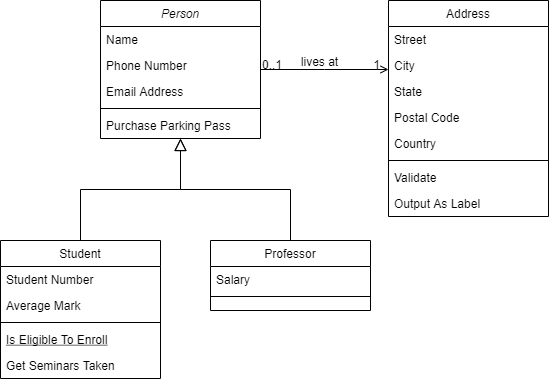
chartw/Decision keeps this draw.io diagram as Diagram.png. Above is the earlier version. Source tidied: cells renumbered, new cells last; positions are measured from the earlier drawing's top-left corner, leaving out a move shared by most shapes. Its diagram source:
```xml
<mxGraphModel>
  <root>
    <mxCell id="0" />
    <mxCell id="1" parent="0" />
    <mxCell id="2" value="Person" style="swimlane;fontStyle=2;align=center;verticalAlign=top;horizontal=1;startSize=26;rounded=0;shadow=0;strokeWidth=1;" parent="1" vertex="1">
      <mxGeometry x="100" width="160" height="138" as="geometry" />
    </mxCell>
    <mxCell id="3" value="Name" style="text;align=left;verticalAlign=top;spacingLeft=4;spacingRight=4;overflow=hidden;" parent="2" vertex="1">
      <mxGeometry y="26" width="160" height="26" as="geometry" />
    </mxCell>
    <mxCell id="4" value="Phone Number" style="text;align=left;verticalAlign=top;spacingLeft=4;spacingRight=4;overflow=hidden;rounded=0;shadow=0;html=0;" parent="2" vertex="1">
      <mxGeometry y="52" width="160" height="26" as="geometry" />
    </mxCell>
    <mxCell id="5" value="Email Address" style="text;align=left;verticalAlign=top;spacingLeft=4;spacingRight=4;overflow=hidden;rounded=0;shadow=0;html=0;" parent="2" vertex="1">
      <mxGeometry y="78" width="160" height="26" as="geometry" />
    </mxCell>
    <mxCell id="6" style="line;html=1;strokeWidth=1;align=left;verticalAlign=middle;spacingTop=-1;spacingLeft=3;spacingRight=3;labelPosition=right;" parent="2" vertex="1">
      <mxGeometry y="104" width="160" height="8" as="geometry" />
    </mxCell>
    <mxCell id="7" value="Purchase Parking Pass" style="text;align=left;verticalAlign=top;spacingLeft=4;spacingRight=4;overflow=hidden;" parent="2" vertex="1">
      <mxGeometry y="112" width="160" height="26" as="geometry" />
    </mxCell>
    <mxCell id="8" value="Student" style="swimlane;fontStyle=0;align=center;verticalAlign=top;horizontal=1;startSize=26;rounded=0;shadow=0;strokeWidth=1;" parent="1" vertex="1">
      <mxGeometry y="240" width="160" height="138" as="geometry" />
    </mxCell>
    <mxCell id="9" value="Student Number" style="text;align=left;verticalAlign=top;spacingLeft=4;spacingRight=4;overflow=hidden;" parent="8" vertex="1">
      <mxGeometry y="26" width="160" height="26" as="geometry" />
    </mxCell>
    <mxCell id="10" value="Average Mark" style="text;align=left;verticalAlign=top;spacingLeft=4;spacingRight=4;overflow=hidden;rounded=0;shadow=0;html=0;" parent="8" vertex="1">
      <mxGeometry y="52" width="160" height="26" as="geometry" />
    </mxCell>
    <mxCell id="11" style="line;html=1;strokeWidth=1;align=left;verticalAlign=middle;spacingTop=-1;spacingLeft=3;spacingRight=3;labelPosition=right;" parent="8" vertex="1">
      <mxGeometry y="78" width="160" height="8" as="geometry" />
    </mxCell>
    <mxCell id="12" value="Is Eligible To Enroll" style="text;align=left;verticalAlign=top;spacingLeft=4;spacingRight=4;overflow=hidden;fontStyle=4;" parent="8" vertex="1">
      <mxGeometry y="86" width="160" height="26" as="geometry" />
    </mxCell>
    <mxCell id="13" value="Get Seminars Taken" style="text;align=left;verticalAlign=top;spacingLeft=4;spacingRight=4;overflow=hidden;" parent="8" vertex="1">
      <mxGeometry y="112" width="160" height="26" as="geometry" />
    </mxCell>
    <mxCell id="14" style="endArrow=block;endSize=10;endFill=0;shadow=0;strokeWidth=1;rounded=0;edgeStyle=elbowEdgeStyle;elbow=vertical;" parent="1" edge="1" source="8" target="2">
      <mxGeometry relative="1" as="geometry" />
    </mxCell>
    <mxCell id="15" value="Professor" style="swimlane;fontStyle=0;align=center;verticalAlign=top;horizontal=1;startSize=26;rounded=0;shadow=0;strokeWidth=1;" parent="1" vertex="1">
      <mxGeometry x="210" y="240" width="160" height="70" as="geometry" />
    </mxCell>
    <mxCell id="16" value="Salary" style="text;align=left;verticalAlign=top;spacingLeft=4;spacingRight=4;overflow=hidden;" parent="15" vertex="1">
      <mxGeometry y="26" width="160" height="26" as="geometry" />
    </mxCell>
    <mxCell id="17" style="line;html=1;strokeWidth=1;align=left;verticalAlign=middle;spacingTop=-1;spacingLeft=3;spacingRight=3;labelPosition=right;" parent="15" vertex="1">
      <mxGeometry y="52" width="160" height="8" as="geometry" />
    </mxCell>
    <mxCell id="18" style="endArrow=block;endSize=10;endFill=0;shadow=0;strokeWidth=1;rounded=0;edgeStyle=elbowEdgeStyle;elbow=vertical;" parent="1" edge="1" source="15" target="2">
      <mxGeometry relative="1" as="geometry" />
    </mxCell>
    <mxCell id="19" value="Address" style="swimlane;fontStyle=0;align=center;verticalAlign=top;horizontal=1;startSize=26;rounded=0;shadow=0;strokeWidth=1;" parent="1" vertex="1">
      <mxGeometry x="388" width="160" height="216" as="geometry" />
    </mxCell>
    <mxCell id="20" value="Street" style="text;align=left;verticalAlign=top;spacingLeft=4;spacingRight=4;overflow=hidden;" parent="19" vertex="1">
      <mxGeometry y="26" width="160" height="26" as="geometry" />
    </mxCell>
    <mxCell id="21" value="City" style="text;align=left;verticalAlign=top;spacingLeft=4;spacingRight=4;overflow=hidden;rounded=0;shadow=0;html=0;" parent="19" vertex="1">
      <mxGeometry y="52" width="160" height="26" as="geometry" />
    </mxCell>
    <mxCell id="22" value="State" style="text;align=left;verticalAlign=top;spacingLeft=4;spacingRight=4;overflow=hidden;rounded=0;shadow=0;html=0;" parent="19" vertex="1">
      <mxGeometry y="78" width="160" height="26" as="geometry" />
    </mxCell>
    <mxCell id="23" value="Postal Code" style="text;align=left;verticalAlign=top;spacingLeft=4;spacingRight=4;overflow=hidden;rounded=0;shadow=0;html=0;" parent="19" vertex="1">
      <mxGeometry y="104" width="160" height="26" as="geometry" />
    </mxCell>
    <mxCell id="24" value="Country" style="text;align=left;verticalAlign=top;spacingLeft=4;spacingRight=4;overflow=hidden;rounded=0;shadow=0;html=0;" parent="19" vertex="1">
      <mxGeometry y="130" width="160" height="26" as="geometry" />
    </mxCell>
    <mxCell id="25" style="line;html=1;strokeWidth=1;align=left;verticalAlign=middle;spacingTop=-1;spacingLeft=3;spacingRight=3;labelPosition=right;" parent="19" vertex="1">
      <mxGeometry y="156" width="160" height="8" as="geometry" />
    </mxCell>
    <mxCell id="26" value="Validate" style="text;align=left;verticalAlign=top;spacingLeft=4;spacingRight=4;overflow=hidden;" parent="19" vertex="1">
      <mxGeometry y="164" width="160" height="26" as="geometry" />
    </mxCell>
    <mxCell id="27" value="Output As Label" style="text;align=left;verticalAlign=top;spacingLeft=4;spacingRight=4;overflow=hidden;" parent="19" vertex="1">
      <mxGeometry y="190" width="160" height="26" as="geometry" />
    </mxCell>
    <mxCell id="28" style="endArrow=open;shadow=0;strokeWidth=1;rounded=0;endFill=1;edgeStyle=elbowEdgeStyle;elbow=vertical;" parent="1" edge="1" source="2" target="19">
      <mxGeometry x="0.5" y="41" relative="1" as="geometry">
        <mxPoint x="-40" y="32" as="offset" />
      </mxGeometry>
    </mxCell>
    <mxCell id="29" value="0..1" style="align=left;verticalAlign=bottom;labelBackgroundColor=none;fontSize=12;" parent="28" vertex="1">
      <mxGeometry x="-1" relative="1" as="geometry">
        <mxPoint y="4" as="offset" />
      </mxGeometry>
    </mxCell>
    <mxCell id="30" value="1" style="align=right;verticalAlign=bottom;labelBackgroundColor=none;fontSize=12;" parent="28" vertex="1">
      <mxGeometry x="1" relative="1" as="geometry">
        <mxPoint x="-7" y="4" as="offset" />
      </mxGeometry>
    </mxCell>
    <mxCell id="31" value="lives at" style="text;html=1;align=center;verticalAlign=middle;labelBackgroundColor=none;rounded=0;shadow=0;strokeWidth=1;fontSize=12;" parent="28" vertex="1">
      <mxGeometry x="0.5" y="49" relative="1" as="geometry">
        <mxPoint x="-38" y="40" as="offset" />
      </mxGeometry>
    </mxCell>
  </root>
</mxGraphModel>
```
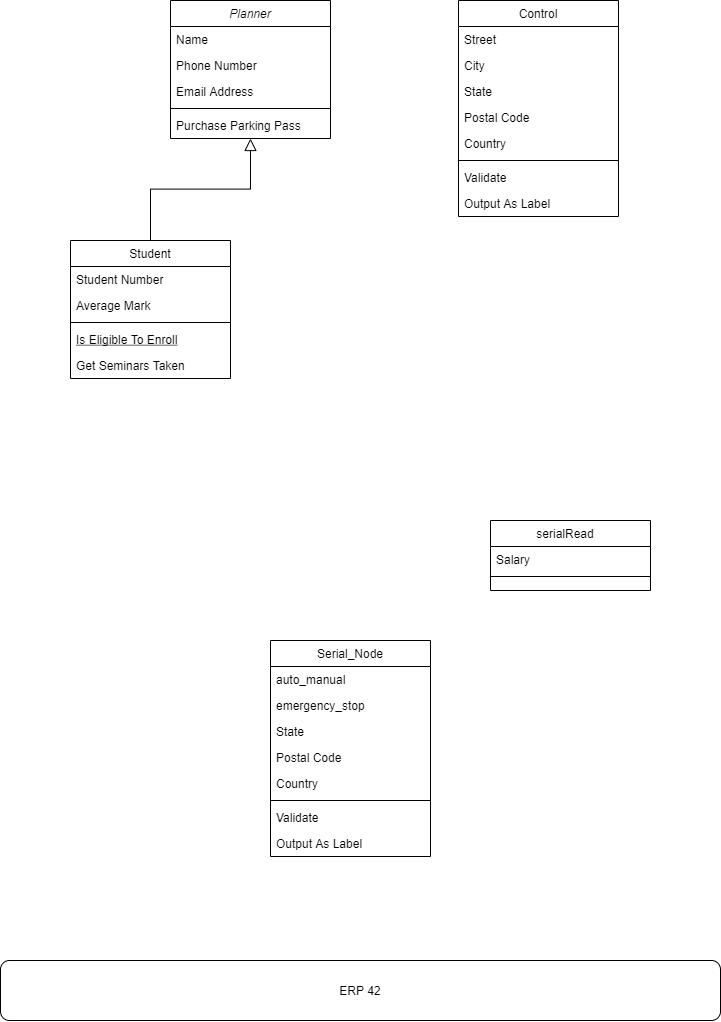
After the change.

What changed in the source:
```diff
@@ -2,7 +2,7 @@
   <root>
     <mxCell id="0" />
     <mxCell id="1" parent="0" />
-    <mxCell id="2" value="Person" style="swimlane;fontStyle=2;align=center;verticalAlign=top;horizontal=1;startSize=26;rounded=0;shadow=0;strokeWidth=1;" parent="1" vertex="1">
+    <mxCell id="2" value="Planner" style="swimlane;fontStyle=2;align=center;verticalAlign=top;horizontal=1;startSize=26;rounded=0;shadow=0;strokeWidth=1;" parent="1" vertex="1">
       <mxGeometry x="100" width="160" height="138" as="geometry" />
     </mxCell>
     <mxCell id="3" value="Name" style="text;align=left;verticalAlign=top;spacingLeft=4;spacingRight=4;overflow=hidden;" parent="2" vertex="1">
@@ -41,8 +41,8 @@
     <mxCell id="14" style="endArrow=block;endSize=10;endFill=0;shadow=0;strokeWidth=1;rounded=0;edgeStyle=elbowEdgeStyle;elbow=vertical;" parent="1" edge="1" source="8" target="2">
       <mxGeometry relative="1" as="geometry" />
     </mxCell>
-    <mxCell id="15" value="Professor" style="swimlane;fontStyle=0;align=center;verticalAlign=top;horizontal=1;startSize=26;rounded=0;shadow=0;strokeWidth=1;" parent="1" vertex="1">
-      <mxGeometry x="210" y="240" width="160" height="70" as="geometry" />
+    <mxCell id="15" value="serialRead   " style="swimlane;fontStyle=0;align=center;verticalAlign=top;horizontal=1;startSize=26;rounded=0;shadow=0;strokeWidth=1;" parent="1" vertex="1">
+      <mxGeometry x="420" y="520" width="160" height="70" as="geometry" />
     </mxCell>
     <mxCell id="16" value="Salary" style="text;align=left;verticalAlign=top;spacingLeft=4;spacingRight=4;overflow=hidden;" parent="15" vertex="1">
       <mxGeometry y="26" width="160" height="26" as="geometry" />
@@ -50,10 +50,7 @@
     <mxCell id="17" style="line;html=1;strokeWidth=1;align=left;verticalAlign=middle;spacingTop=-1;spacingLeft=3;spacingRight=3;labelPosition=right;" parent="15" vertex="1">
       <mxGeometry y="52" width="160" height="8" as="geometry" />
     </mxCell>
-    <mxCell id="18" style="endArrow=block;endSize=10;endFill=0;shadow=0;strokeWidth=1;rounded=0;edgeStyle=elbowEdgeStyle;elbow=vertical;" parent="1" edge="1" source="15" target="2">
-      <mxGeometry relative="1" as="geometry" />
-    </mxCell>
-    <mxCell id="19" value="Address" style="swimlane;fontStyle=0;align=center;verticalAlign=top;horizontal=1;startSize=26;rounded=0;shadow=0;strokeWidth=1;" parent="1" vertex="1">
+    <mxCell id="19" value="Control" style="swimlane;fontStyle=0;align=center;verticalAlign=top;horizontal=1;startSize=26;rounded=0;shadow=0;strokeWidth=1;" parent="1" vertex="1">
       <mxGeometry x="388" width="160" height="216" as="geometry" />
     </mxCell>
     <mxCell id="20" value="Street" style="text;align=left;verticalAlign=top;spacingLeft=4;spacingRight=4;overflow=hidden;" parent="19" vertex="1">
@@ -80,25 +77,35 @@
     <mxCell id="27" value="Output As Label" style="text;align=left;verticalAlign=top;spacingLeft=4;spacingRight=4;overflow=hidden;" parent="19" vertex="1">
       <mxGeometry y="190" width="160" height="26" as="geometry" />
     </mxCell>
-    <mxCell id="28" style="endArrow=open;shadow=0;strokeWidth=1;rounded=0;endFill=1;edgeStyle=elbowEdgeStyle;elbow=vertical;" parent="1" edge="1" source="2" target="19">
-      <mxGeometry x="0.5" y="41" relative="1" as="geometry">
-        <mxPoint x="-40" y="32" as="offset" />
-      </mxGeometry>
-    </mxCell>
-    <mxCell id="29" value="0..1" style="align=left;verticalAlign=bottom;labelBackgroundColor=none;fontSize=12;" parent="28" vertex="1">
-      <mxGeometry x="-1" relative="1" as="geometry">
-        <mxPoint y="4" as="offset" />
-      </mxGeometry>
-    </mxCell>
-    <mxCell id="30" value="1" style="align=right;verticalAlign=bottom;labelBackgroundColor=none;fontSize=12;" parent="28" vertex="1">
-      <mxGeometry x="1" relative="1" as="geometry">
-        <mxPoint x="-7" y="4" as="offset" />
-      </mxGeometry>
-    </mxCell>
-    <mxCell id="31" value="lives at" style="text;html=1;align=center;verticalAlign=middle;labelBackgroundColor=none;rounded=0;shadow=0;strokeWidth=1;fontSize=12;" parent="28" vertex="1">
-      <mxGeometry x="0.5" y="49" relative="1" as="geometry">
-        <mxPoint x="-38" y="40" as="offset" />
-      </mxGeometry>
-    </mxCell>
+    <mxCell id="32" value="Serial_Node" style="swimlane;fontStyle=0;align=center;verticalAlign=top;horizontal=1;startSize=26;rounded=0;shadow=0;strokeWidth=1;" parent="1" vertex="1">
+      <mxGeometry x="200" y="640" width="160" height="216" as="geometry" />
+    </mxCell>
+    <mxCell id="33" value="auto_manual" style="text;align=left;verticalAlign=top;spacingLeft=4;spacingRight=4;overflow=hidden;" parent="32" vertex="1">
+      <mxGeometry y="26" width="160" height="26" as="geometry" />
+    </mxCell>
+    <mxCell id="34" value="emergency_stop" style="text;align=left;verticalAlign=top;spacingLeft=4;spacingRight=4;overflow=hidden;rounded=0;shadow=0;html=0;" parent="32" vertex="1">
+      <mxGeometry y="52" width="160" height="26" as="geometry" />
+    </mxCell>
+    <mxCell id="35" value="State" style="text;align=left;verticalAlign=top;spacingLeft=4;spacingRight=4;overflow=hidden;rounded=0;shadow=0;html=0;" parent="32" vertex="1">
+      <mxGeometry y="78" width="160" height="26" as="geometry" />
+    </mxCell>
+    <mxCell id="36" value="Postal Code" style="text;align=left;verticalAlign=top;spacingLeft=4;spacingRight=4;overflow=hidden;rounded=0;shadow=0;html=0;" parent="32" vertex="1">
+      <mxGeometry y="104" width="160" height="26" as="geometry" />
+    </mxCell>
+    <mxCell id="37" value="Country" style="text;align=left;verticalAlign=top;spacingLeft=4;spacingRight=4;overflow=hidden;rounded=0;shadow=0;html=0;" parent="32" vertex="1">
+      <mxGeometry y="130" width="160" height="26" as="geometry" />
+    </mxCell>
+    <mxCell id="38" style="line;html=1;strokeWidth=1;align=left;verticalAlign=middle;spacingTop=-1;spacingLeft=3;spacingRight=3;labelPosition=right;" parent="32" vertex="1">
+      <mxGeometry y="156" width="160" height="8" as="geometry" />
+    </mxCell>
+    <mxCell id="39" value="Validate" style="text;align=left;verticalAlign=top;spacingLeft=4;spacingRight=4;overflow=hidden;" parent="32" vertex="1">
+      <mxGeometry y="164" width="160" height="26" as="geometry" />
+    </mxCell>
+    <mxCell id="40" value="Output As Label" style="text;align=left;verticalAlign=top;spacingLeft=4;spacingRight=4;overflow=hidden;" parent="32" vertex="1">
+      <mxGeometry y="190" width="160" height="26" as="geometry" />
+    </mxCell>
+    <mxCell id="41" value="ERP 42" style="rounded=1;whiteSpace=wrap;html=1;" parent="1" vertex="1">
+      <mxGeometry x="-70" y="960" width="720" height="60" as="geometry" />
+    </mxCell>
   </root>
 </mxGraphModel>
```
